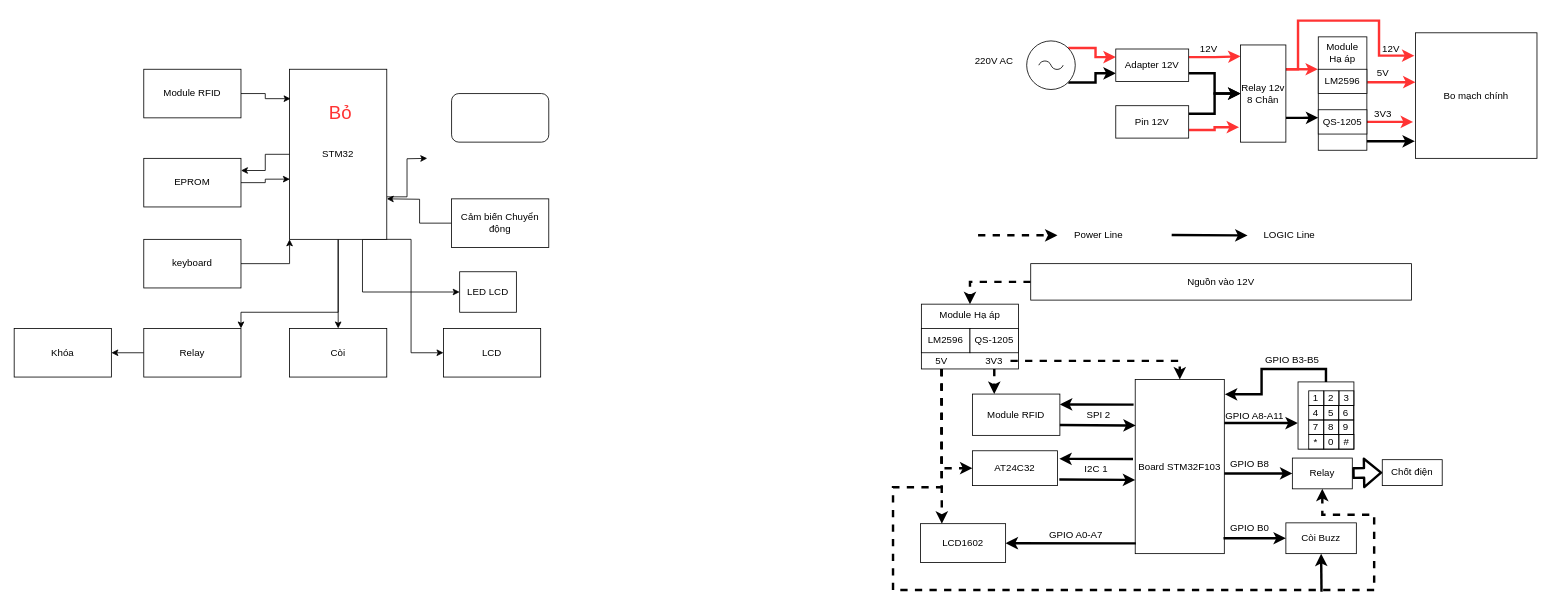
LuongHuongVN/Do-An-Tot-Nghiep-_-HoangTrongHuy keeps this draw.io diagram as Tai Lieu/DATN_HoangHuy.drawio. Above is the earlier version. Source tidied: cells renumbered, new cells numbered last; positions are measured from the earlier drawing's top-left corner, leaving out a move shared by most shapes. Both pictures are drawn from the tidied source at 81%, with x=0, y=0 at pixel (14, 20).
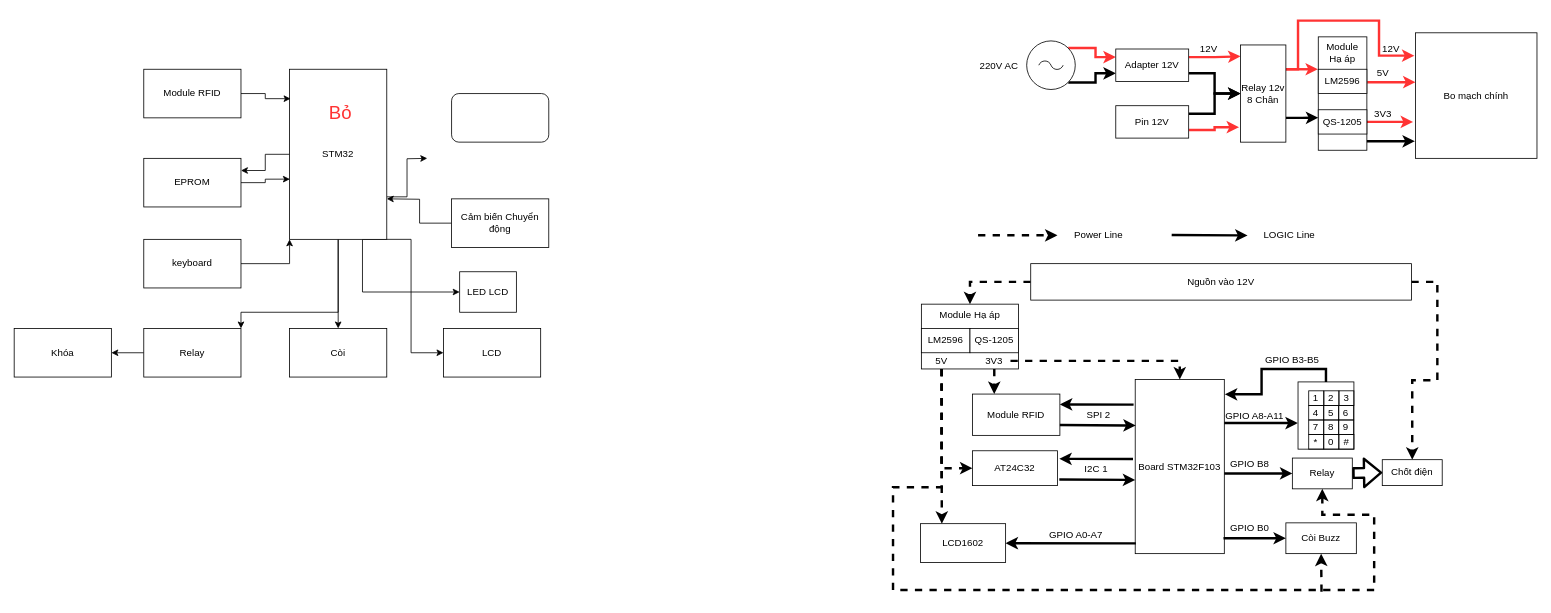
Above is the later version.

The change refers to these unchanged cells:
```xml
<mxCell id="52" value="Nguồn vào 12V" style="rounded=0;whiteSpace=wrap;html=1;" parent="1" vertex="1">
  <mxGeometry x="1255" y="300" width="470" height="45" as="geometry" />
</mxCell>
<mxCell id="76" value="Chốt điện" style="rounded=0;whiteSpace=wrap;html=1;" parent="1" vertex="1">
  <mxGeometry x="1689" y="542" width="74" height="32" as="geometry" />
</mxCell>
<mxCell id="79" value="Còi Buzz" style="rounded=0;whiteSpace=wrap;html=1;" parent="1" vertex="1">
  <mxGeometry x="1570" y="620" width="87" height="38" as="geometry" />
</mxCell>
```

What changed in the source:
```diff
@@
     <mxCell id="49" value="220V AC" style="text;html=1;strokeColor=none;fillColor=none;align=center;verticalAlign=middle;whiteSpace=wrap;rounded=0;" parent="1" vertex="1">
-      <mxGeometry x="1180" y="40" width="60" height="20" as="geometry" />
+      <mxGeometry x="1186" y="46" width="60" height="20" as="geometry" />
     </mxCell>
@@
+    <mxCell id="106" style="edgeStyle=orthogonalEdgeStyle;rounded=0;jettySize=auto;html=1;entryX=0.5;entryY=0;entryDx=0;entryDy=0;dashed=1;strokeWidth=3;" parent="1" edge="1" source="52" target="76">
+      <mxGeometry relative="1" as="geometry">
+        <Array as="points">
+          <mxPoint x="1757" y="323" />
+          <mxPoint x="1757" y="444" />
+          <mxPoint x="1726" y="444" />
+        </Array>
+      </mxGeometry>
+    </mxCell>
@@
-    <mxCell id="81" style="endArrow=classic;html=1;strokeColor=#000000;strokeWidth=3;entryX=0.5;entryY=1;entryDx=0;entryDy=0;" parent="1" edge="1" target="79">
+    <mxCell id="81" style="endArrow=classic;html=1;strokeColor=#000000;strokeWidth=3;entryX=0.5;entryY=1;entryDx=0;entryDy=0;dashed=1;" parent="1" edge="1" target="79">
       <mxGeometry relative="1" as="geometry">
         <mxPoint x="1614" y="705" as="sourcePoint" />
       </mxGeometry>
     </mxCell>
```
